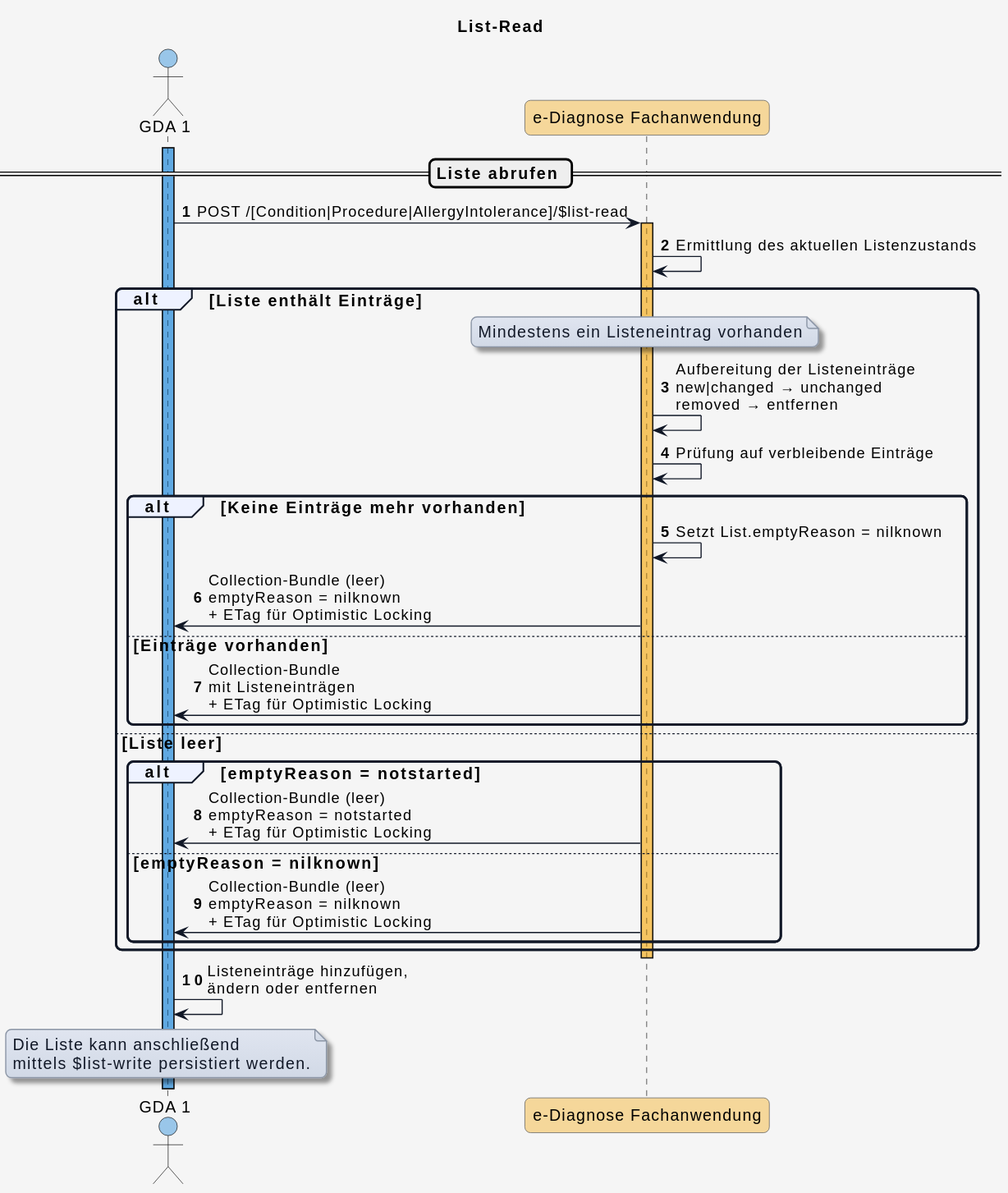
Before: input/images/plantuml/diagram_read.svg, a diagram exported from PlantUML (HL7Austria/ELGA-e-Diagnose-R4).
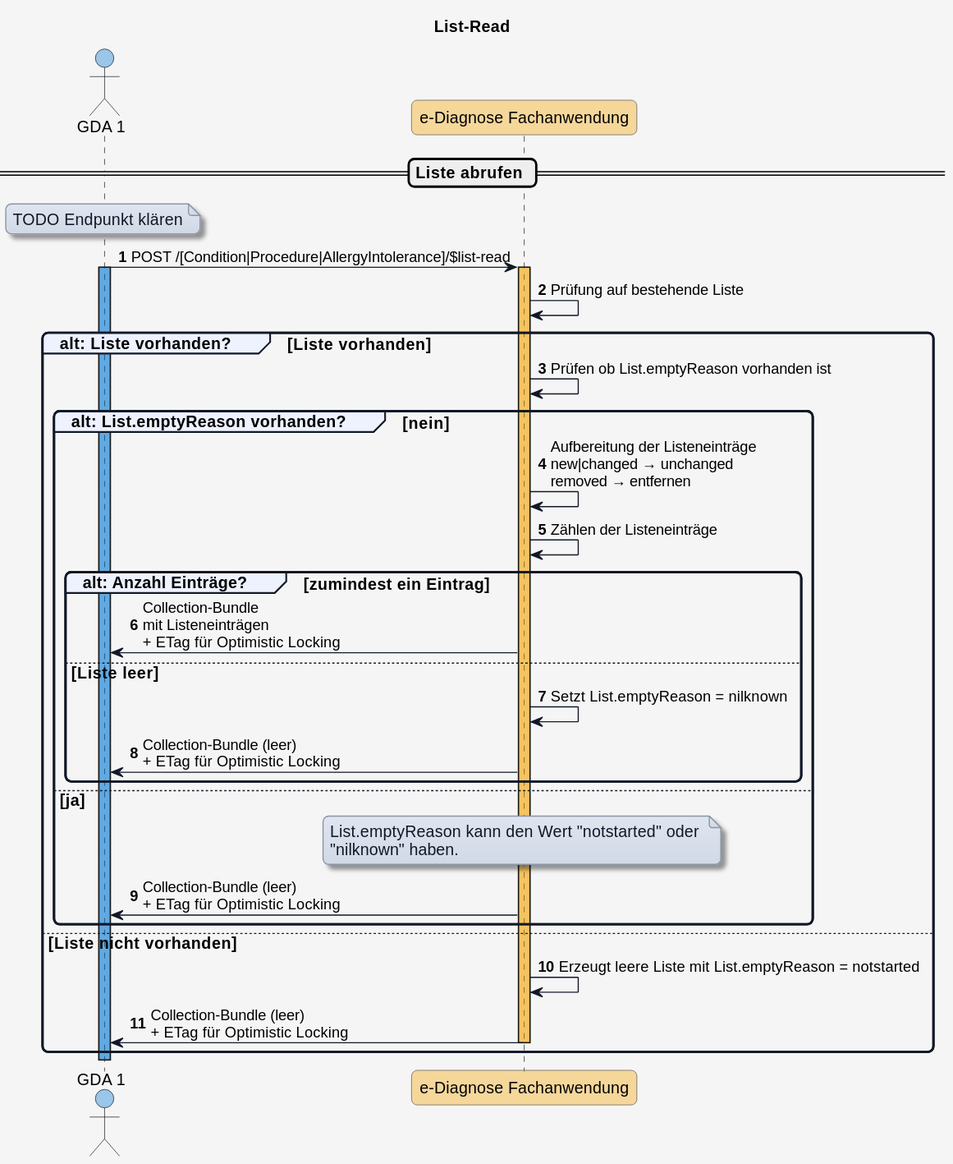
Later version of the same file.

Commit message:
Update list-read

The edit, as a diff of the source:
```diff
@@ -51,51 +51,55 @@
 participant eDiag_FA as "e-Diagnose Fachanwendung" COLOR_DIAG_FA
 
 autonumber
-activate GDA_1 COLOR_GDA_1
 
 == Liste abrufen ==
 
+note over GDA_1
+  TODO Endpunkt klären
+end note
+
 GDA_1 -> eDiag_FA: POST /[Condition|Procedure|AllergyIntolerance]/$list-read
-
+activate GDA_1 COLOR_GDA_1
 activate eDiag_FA COLOR_DIAG_FA
 
-eDiag_FA -> eDiag_FA: Ermittlung des aktuellen Listenzustands
+eDiag_FA -> eDiag_FA: Prüfung auf bestehende Liste
 
-alt Liste enthält Einträge
+group alt: Liste vorhanden? [Liste vorhanden]
 
-note over eDiag_FA
-Mindestens ein Listeneintrag vorhanden
-end note
+  eDiag_FA -> eDiag_FA: Prüfen ob List.emptyReason vorhanden ist
 
-eDiag_FA -> eDiag_FA: Aufbereitung der Listeneinträge\nnew|changed → unchanged\nremoved → entfernen
+  group alt: List.emptyReason vorhanden? [nein]
 
-eDiag_FA -> eDiag_FA: Prüfung auf verbleibende Einträge
+    eDiag_FA -> eDiag_FA: Aufbereitung der Listeneinträge\nnew|changed → unchanged\nremoved → entfernen
+    eDiag_FA -> eDiag_FA: Zählen der Listeneinträge
 
-alt Keine Einträge mehr vorhanden
-eDiag_FA -> eDiag_FA: Setzt List.emptyReason = nilknown
-eDiag_FA -> GDA_1: Collection-Bundle (leer)\nemptyReason = nilknown\n+ ETag für Optimistic Locking
+    group alt: Anzahl Einträge? [zumindest ein Eintrag]
 
-else Einträge vorhanden
-eDiag_FA -> GDA_1: Collection-Bundle\nmit Listeneinträgen\n+ ETag für Optimistic Locking
-end
+      eDiag_FA -> GDA_1: Collection-Bundle\nmit Listeneinträgen\n+ ETag für Optimistic Locking
 
-else Liste leer
+    else Liste leer
 
-alt emptyReason = notstarted
-eDiag_FA -> GDA_1: Collection-Bundle (leer)\nemptyReason = notstarted\n+ ETag für Optimistic Locking
+      eDiag_FA -> eDiag_FA: Setzt List.emptyReason = nilknown
+      eDiag_FA -> GDA_1: Collection-Bundle (leer)\n+ ETag für Optimistic Locking
 
-else emptyReason = nilknown
-eDiag_FA -> GDA_1: Collection-Bundle (leer)\nemptyReason = nilknown\n+ ETag für Optimistic Locking
-end
+    end
+
+  else ja
+
+    note over eDiag_FA
+      List.emptyReason kann den Wert "notstarted" oder
+      "nilknown" haben.
+    end note
+    eDiag_FA -> GDA_1: Collection-Bundle (leer)\n+ ETag für Optimistic Locking
+
+  end
+else Liste nicht vorhanden
+
+  eDiag_FA -> eDiag_FA: Erzeugt leere Liste mit List.emptyReason = notstarted
+  eDiag_FA -> GDA_1: Collection-Bundle (leer)\n+ ETag für Optimistic Locking
+  deactivate eDiag_FA
 
 end
 
-deactivate eDiag_FA
-
-GDA_1 -> GDA_1: Listeneinträge hinzufügen,\nändern oder entfernen
-
-note over GDA_1
-Die Liste kann anschließend
-mittels $list-write persistiert werden.
-end note
+deactivate GDA_1
 @enduml
```
